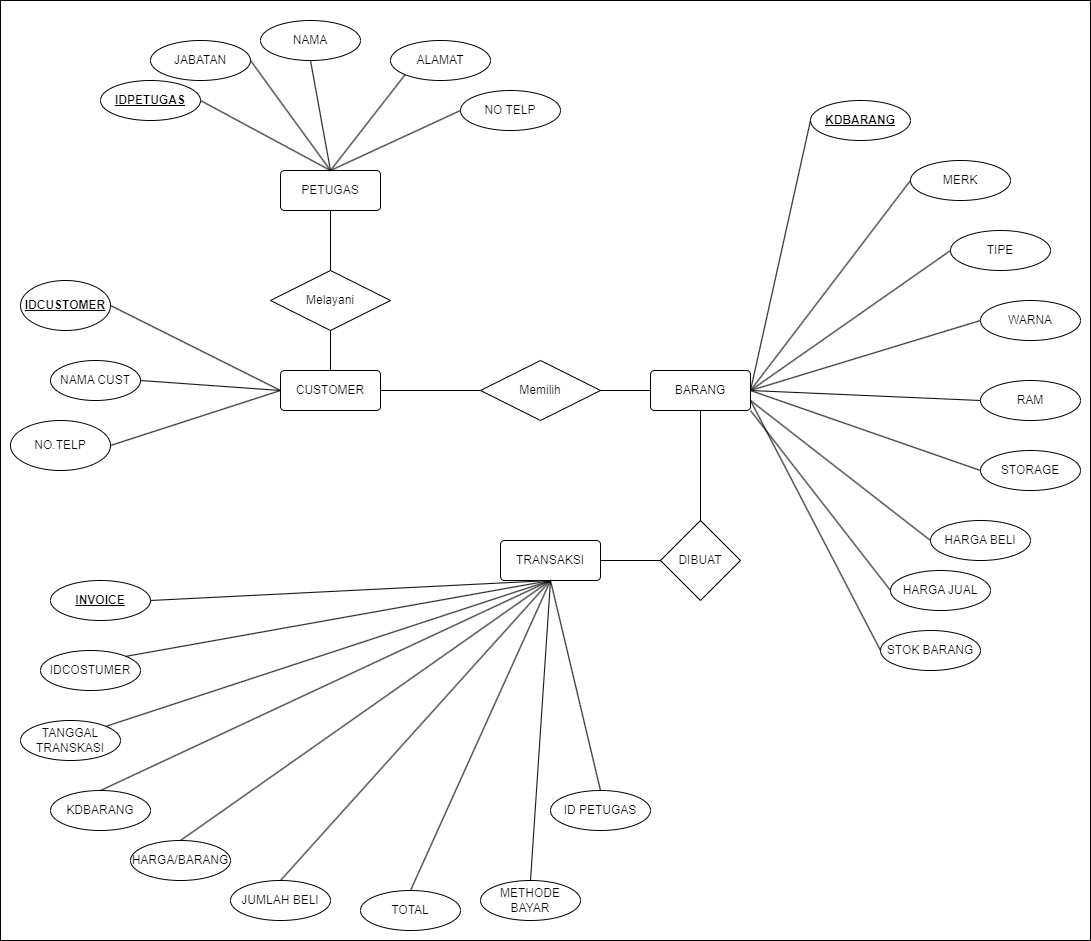
MountZ1/PR_PenjualanHandPhone_ArdiSaputraTIP-21.2 keeps this draw.io diagram as ERD.drawio.png. Above is the earlier version. Source tidied: cells renumbered, new cells last; positions are measured from the earlier drawing's top-left corner, leaving out a move shared by most shapes.
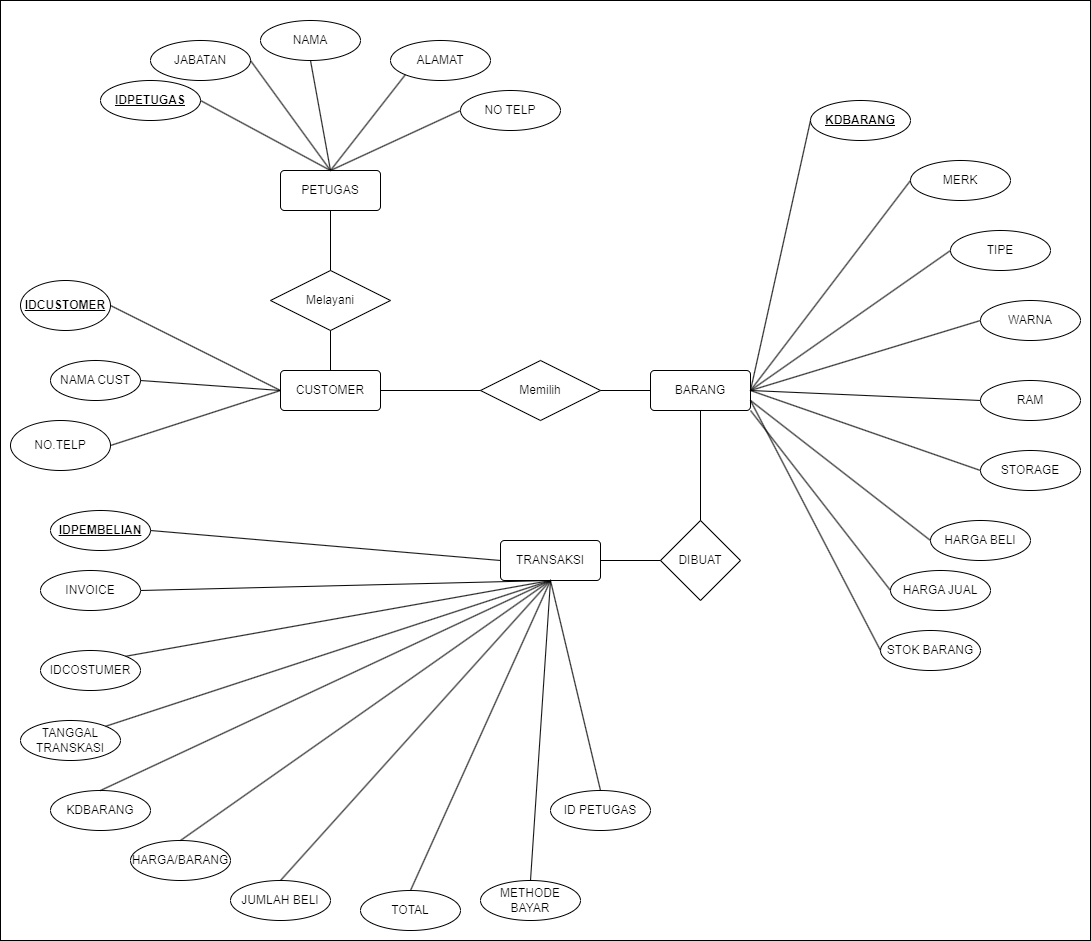
The same file after the commit.

What changed in the source:
```diff
@@ -130,9 +130,6 @@
     <mxCell id="41" style="endArrow=none;html=1;rounded=0;entryX=1;entryY=0.75;entryDx=0;entryDy=0;exitX=0;exitY=0.5;exitDx=0;exitDy=0;" parent="1" edge="1" source="32" target="6">
       <mxGeometry relative="1" as="geometry" />
     </mxCell>
-    <mxCell id="42" value="&lt;b&gt;INVOICE&lt;/b&gt;" style="ellipse;whiteSpace=wrap;html=1;align=center;fontStyle=4;" parent="1" vertex="1">
-      <mxGeometry x="50" y="580" width="100" height="40" as="geometry" />
-    </mxCell>
     <mxCell id="43" value="IDCOSTUMER" style="ellipse;whiteSpace=wrap;html=1;align=center;" parent="1" vertex="1">
       <mxGeometry x="40" y="650" width="100" height="40" as="geometry" />
     </mxCell>
@@ -211,5 +208,14 @@
     <mxCell id="68" style="endArrow=none;html=1;rounded=0;entryX=0;entryY=0.5;entryDx=0;entryDy=0;exitX=1;exitY=0.5;exitDx=0;exitDy=0;" parent="1" edge="1" source="4" target="66">
       <mxGeometry relative="1" as="geometry" />
     </mxCell>
+    <mxCell id="69" value="&lt;b&gt;IDPEMBELIAN&lt;/b&gt;" style="ellipse;whiteSpace=wrap;html=1;align=center;fontStyle=4;" parent="1" vertex="1">
+      <mxGeometry x="50" y="510" width="100" height="40" as="geometry" />
+    </mxCell>
+    <mxCell id="70" style="endArrow=none;html=1;rounded=0;exitX=1;exitY=0.5;exitDx=0;exitDy=0;entryX=0;entryY=0.5;entryDx=0;entryDy=0;" parent="1" edge="1" source="69" target="4">
+      <mxGeometry relative="1" as="geometry" />
+    </mxCell>
+    <mxCell id="42" value="INVOICE" style="ellipse;whiteSpace=wrap;html=1;align=center;" parent="1" vertex="1">
+      <mxGeometry x="40" y="570" width="100" height="40" as="geometry" />
+    </mxCell>
   </root>
 </mxGraphModel>
```
